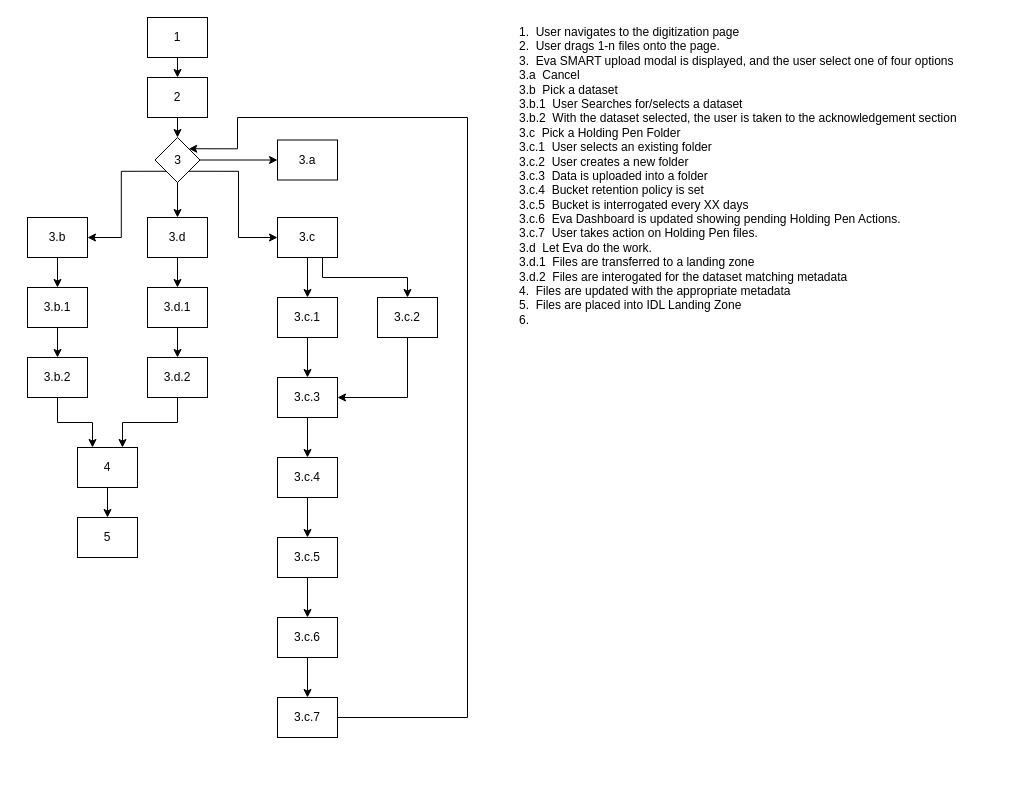
flare891/rmslow keeps this draw.io diagram as page "Digitization Workflow" (3 of 5) of Drawings/Eva/Digitization/Eva Digitization.drawio. Above is the earlier version. Source tidied: cells renumbered, new cells numbered last; positions are measured from the earlier drawing's top-left corner, leaving out a move shared by most shapes. Both pictures are drawn from the tidied source at 100%, with x=0, y=0 at pixel (27, 17).
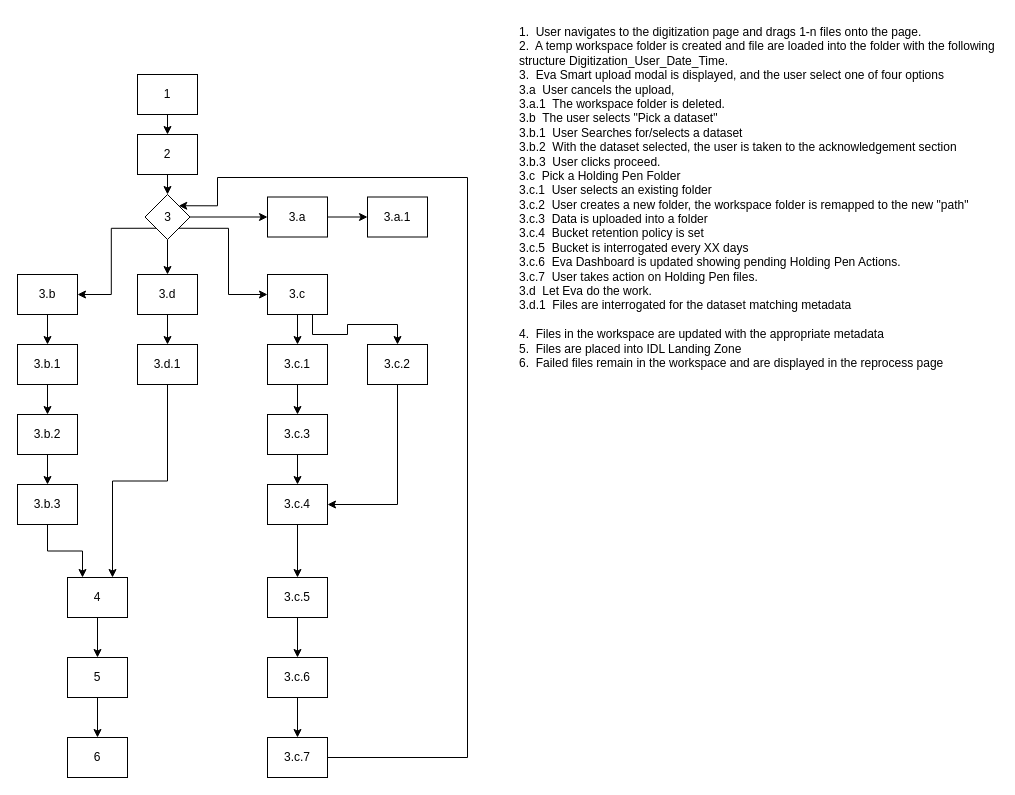
After the change.

Diff of the diagram source:
```diff
@@
-    <mxCell id="2" value="1.&amp;nbsp; User navigates to the digitization page&lt;br&gt;2.&amp;nbsp; User drags 1-n files onto the page.&lt;br&gt;3.&amp;nbsp; Eva SMART upload modal is displayed, and the user select one of four options&lt;br&gt;3.a&amp;nbsp; Cancel&lt;br&gt;3.b&amp;nbsp; Pick a dataset&lt;br&gt;3.b.1&amp;nbsp; User Searches for/selects a dataset&lt;br&gt;3.b.2&amp;nbsp; With the dataset selected, the user is taken to the acknowledgement&amp;nbsp;section&lt;br&gt;3.c&amp;nbsp; Pick a Holding Pen Folder&lt;br&gt;3.c.1&amp;nbsp; User selects an existing folder&lt;br&gt;3.c.2&amp;nbsp; User creates a new folder&lt;br&gt;3.c.3&amp;nbsp; Data is uploaded into a folder&lt;br&gt;3.c.4&amp;nbsp; Bucket retention policy is set&lt;br&gt;3.c.5&amp;nbsp; Bucket is interrogated every XX days&lt;br&gt;3.c.6&amp;nbsp; Eva Dashboard is updated showing pending Holding Pen Actions.&amp;nbsp;&amp;nbsp;&lt;br&gt;3.c.7&amp;nbsp; User takes action on Holding Pen files.&lt;br&gt;3.d&amp;nbsp; Let Eva do the work.&amp;nbsp;&amp;nbsp;&lt;br&gt;3.d.1&amp;nbsp; Files are transferred to a landing zone&lt;br&gt;3.d.2&amp;nbsp; Files are interogated for the dataset matching metadata&lt;br&gt;4.&amp;nbsp; Files are updated with the appropriate metadata&lt;br&gt;5.&amp;nbsp; Files are placed into IDL Landing Zone&lt;br&gt;6.&amp;nbsp;&amp;nbsp;" style="text;html=1;strokeColor=none;fillColor=none;align=left;verticalAlign=top;whiteSpace=wrap;rounded=0;" parent="1" vertex="1">
+    <mxCell id="2" value="1.&amp;nbsp; User navigates to the digitization page and&amp;nbsp;drags 1-n files onto the page.&lt;br&gt;2.&amp;nbsp; A temp workspace folder is created and file are loaded into the folder with the following structure Digitization_User_Date_Time.&amp;nbsp;&lt;br&gt;3.&amp;nbsp; Eva Smart upload modal is displayed, and the user select one of four options&lt;br&gt;3.a&amp;nbsp; User cancels the upload, &lt;br&gt;3.a.1&amp;nbsp; The workspace folder is deleted.&lt;br&gt;3.b&amp;nbsp; The user selects &quot;Pick a dataset&quot;&lt;br&gt;3.b.1&amp;nbsp; User Searches for/selects a dataset&lt;br&gt;3.b.2&amp;nbsp; With the dataset selected, the user is taken to the acknowledgement&amp;nbsp;section&lt;br&gt;3.b.3&amp;nbsp; User clicks proceed.&lt;br&gt;3.c&amp;nbsp; Pick a Holding Pen Folder&lt;br&gt;3.c.1&amp;nbsp; User selects an existing folder&lt;br&gt;3.c.2&amp;nbsp; User creates a new folder, the workspace folder is remapped to the new &quot;path&quot;&lt;br&gt;3.c.3&amp;nbsp; Data is uploaded into a folder&lt;br&gt;3.c.4&amp;nbsp; Bucket retention policy is set&lt;br&gt;3.c.5&amp;nbsp; Bucket is interrogated every XX days&lt;br&gt;3.c.6&amp;nbsp; Eva Dashboard is updated showing pending Holding Pen Actions.&amp;nbsp;&amp;nbsp;&lt;br&gt;3.c.7&amp;nbsp; User takes action on Holding Pen files.&lt;br&gt;3.d&amp;nbsp; Let Eva do the work.&amp;nbsp;&amp;nbsp;&lt;br&gt;3.d.1&amp;nbsp; Files are interrogated for the dataset matching metadata&lt;br&gt;&lt;br&gt;4.&amp;nbsp; Files in the workspace are updated with the appropriate metadata&lt;br&gt;5.&amp;nbsp; Files are placed into IDL Landing Zone&lt;br&gt;6.&amp;nbsp; Failed files remain in the workspace and are displayed in the reprocess page" style="text;html=1;strokeColor=none;fillColor=none;align=left;verticalAlign=top;whiteSpace=wrap;rounded=0;" parent="1" vertex="1">
       <mxGeometry x="490" y="1" width="480" height="480" as="geometry" />
     </mxCell>
@@
     <mxCell id="4" value="1" style="rounded=0;whiteSpace=wrap;html=1;fontSize=12;align=center;" parent="1" vertex="1">
-      <mxGeometry x="120" width="60" height="40" as="geometry" />
+      <mxGeometry x="110" y="57" width="60" height="40" as="geometry" />
     </mxCell>
@@
     <mxCell id="6" value="2" style="rounded=0;whiteSpace=wrap;html=1;fontSize=12;align=center;" parent="1" vertex="1">
-      <mxGeometry x="120" y="60" width="60" height="40" as="geometry" />
+      <mxGeometry x="110" y="117" width="60" height="40" as="geometry" />
     </mxCell>
+    <mxCell id="45" style="edgeStyle=orthogonalEdgeStyle;rounded=0;jettySize=auto;html=1;exitX=1;exitY=0.5;exitDx=0;exitDy=0;entryX=0;entryY=0.5;entryDx=0;entryDy=0;" parent="1" edge="1" source="7" target="48">
+      <mxGeometry relative="1" as="geometry" />
+    </mxCell>
     <mxCell id="7" value="3.a" style="rounded=0;whiteSpace=wrap;html=1;fontSize=12;align=center;" parent="1" vertex="1">
-      <mxGeometry x="250" y="122.5" width="60" height="40" as="geometry" />
+      <mxGeometry x="240" y="179.5" width="60" height="40" as="geometry" />
     </mxCell>
@@
     <mxCell id="9" style="edgeStyle=orthogonalEdgeStyle;rounded=0;jettySize=auto;html=1;exitX=1;exitY=1;exitDx=0;exitDy=0;entryX=0;entryY=0.5;entryDx=0;entryDy=0;" parent="1" edge="1" source="12" target="19">
       <mxGeometry relative="1" as="geometry">
         <Array as="points">
-          <mxPoint x="211" y="154" />
-          <mxPoint x="211" y="220" />
+          <mxPoint x="201" y="211" />
+          <mxPoint x="201" y="277" />
         </Array>
       </mxGeometry>
     </mxCell>
@@
     <mxCell id="12" value="3" style="rhombus;whiteSpace=wrap;html=1;fontSize=12;align=center;" parent="1" vertex="1">
-      <mxGeometry x="127.5" y="120" width="45" height="45" as="geometry" />
+      <mxGeometry x="117.5" y="177" width="45" height="45" as="geometry" />
     </mxCell>
@@
     <mxCell id="14" value="3.d" style="rounded=0;whiteSpace=wrap;html=1;fontSize=12;align=center;" parent="1" vertex="1">
-      <mxGeometry x="120" y="200" width="60" height="40" as="geometry" />
+      <mxGeometry x="110" y="257" width="60" height="40" as="geometry" />
     </mxCell>
@@
     <mxCell id="16" value="3.b" style="rounded=0;whiteSpace=wrap;html=1;fontSize=12;align=center;" parent="1" vertex="1">
-      <mxGeometry y="200" width="60" height="40" as="geometry" />
+      <mxGeometry x="-10" y="257" width="60" height="40" as="geometry" />
     </mxCell>
@@
     <mxCell id="19" value="3.c" style="rounded=0;whiteSpace=wrap;html=1;fontSize=12;align=center;" parent="1" vertex="1">
-      <mxGeometry x="250" y="200" width="60" height="40" as="geometry" />
+      <mxGeometry x="240" y="257" width="60" height="40" as="geometry" />
     </mxCell>
@@
     <mxCell id="21" value="3.b.1" style="rounded=0;whiteSpace=wrap;html=1;fontSize=12;align=center;" parent="1" vertex="1">
-      <mxGeometry y="270" width="60" height="40" as="geometry" />
+      <mxGeometry x="-10" y="327" width="60" height="40" as="geometry" />
     </mxCell>
-    <mxCell id="22" style="edgeStyle=orthogonalEdgeStyle;rounded=0;jettySize=auto;html=1;exitX=0.5;exitY=1;exitDx=0;exitDy=0;entryX=0.25;entryY=0;entryDx=0;entryDy=0;" parent="1" edge="1" source="23" target="25">
-      <mxGeometry relative="1" as="geometry" />
-    </mxCell>
+    <mxCell id="46" style="edgeStyle=orthogonalEdgeStyle;rounded=0;jettySize=auto;html=1;exitX=0.5;exitY=1;exitDx=0;exitDy=0;entryX=0.5;entryY=0;entryDx=0;entryDy=0;" parent="1" edge="1" source="23" target="50">
+      <mxGeometry relative="1" as="geometry" />
+    </mxCell>
     <mxCell id="23" value="3.b.2" style="rounded=0;whiteSpace=wrap;html=1;fontSize=12;align=center;" parent="1" vertex="1">
-      <mxGeometry y="340" width="60" height="40" as="geometry" />
+      <mxGeometry x="-10" y="397" width="60" height="40" as="geometry" />
     </mxCell>
@@
     <mxCell id="25" value="4" style="rounded=0;whiteSpace=wrap;html=1;fontSize=12;align=center;" parent="1" vertex="1">
-      <mxGeometry x="50" y="430" width="60" height="40" as="geometry" />
+      <mxGeometry x="40" y="560" width="60" height="40" as="geometry" />
     </mxCell>
-    <mxCell id="26" style="edgeStyle=orthogonalEdgeStyle;rounded=0;jettySize=auto;html=1;exitX=0.5;exitY=1;exitDx=0;exitDy=0;entryX=1;entryY=0.5;entryDx=0;entryDy=0;" parent="1" edge="1" source="27" target="31">
+    <mxCell id="26" style="edgeStyle=orthogonalEdgeStyle;rounded=0;jettySize=auto;html=1;exitX=0.5;exitY=1;exitDx=0;exitDy=0;entryX=1;entryY=0.5;entryDx=0;entryDy=0;" parent="1" edge="1" source="27" target="33">
       <mxGeometry relative="1" as="geometry" />
     </mxCell>
     <mxCell id="27" value="3.c.2" style="rounded=0;whiteSpace=wrap;html=1;fontSize=12;align=center;" parent="1" vertex="1">
-      <mxGeometry x="350" y="280" width="60" height="40" as="geometry" />
+      <mxGeometry x="340" y="327" width="60" height="40" as="geometry" />
     </mxCell>
@@
     <mxCell id="29" value="3.c.1" style="rounded=0;whiteSpace=wrap;html=1;fontSize=12;align=center;" parent="1" vertex="1">
-      <mxGeometry x="250" y="280" width="60" height="40" as="geometry" />
+      <mxGeometry x="240" y="327" width="60" height="40" as="geometry" />
     </mxCell>
@@
     <mxCell id="31" value="3.c.3" style="rounded=0;whiteSpace=wrap;html=1;fontSize=12;align=center;" parent="1" vertex="1">
-      <mxGeometry x="250" y="360" width="60" height="40" as="geometry" />
+      <mxGeometry x="240" y="397" width="60" height="40" as="geometry" />
     </mxCell>
@@
     <mxCell id="33" value="3.c.4" style="rounded=0;whiteSpace=wrap;html=1;fontSize=12;align=center;" parent="1" vertex="1">
-      <mxGeometry x="250" y="440" width="60" height="40" as="geometry" />
+      <mxGeometry x="240" y="467" width="60" height="40" as="geometry" />
     </mxCell>
@@
     <mxCell id="35" value="3.c.5" style="rounded=0;whiteSpace=wrap;html=1;fontSize=12;align=center;" parent="1" vertex="1">
-      <mxGeometry x="250" y="520" width="60" height="40" as="geometry" />
+      <mxGeometry x="240" y="560" width="60" height="40" as="geometry" />
     </mxCell>
@@
     <mxCell id="37" value="3.c.6" style="rounded=0;whiteSpace=wrap;html=1;fontSize=12;align=center;" parent="1" vertex="1">
-      <mxGeometry x="250" y="600" width="60" height="40" as="geometry" />
+      <mxGeometry x="240" y="640" width="60" height="40" as="geometry" />
     </mxCell>
     <mxCell id="38" style="edgeStyle=orthogonalEdgeStyle;rounded=0;jettySize=auto;html=1;exitX=1;exitY=0.5;exitDx=0;exitDy=0;entryX=1;entryY=0;entryDx=0;entryDy=0;" parent="1" edge="1" source="39" target="12">
       <mxGeometry relative="1" as="geometry">
         <Array as="points">
-          <mxPoint x="440" y="700" />
-          <mxPoint x="440" y="100" />
-          <mxPoint x="210" y="100" />
-          <mxPoint x="210" y="131" />
+          <mxPoint x="440" y="740" />
+          <mxPoint x="440" y="160" />
+          <mxPoint x="190" y="160" />
+          <mxPoint x="190" y="188" />
         </Array>
       </mxGeometry>
     </mxCell>
     <mxCell id="39" value="3.c.7" style="rounded=0;whiteSpace=wrap;html=1;fontSize=12;align=center;" parent="1" vertex="1">
-      <mxGeometry x="250" y="680" width="60" height="40" as="geometry" />
+      <mxGeometry x="240" y="720" width="60" height="40" as="geometry" />
     </mxCell>
-    <mxCell id="40" style="edgeStyle=orthogonalEdgeStyle;rounded=0;jettySize=auto;html=1;exitX=0.5;exitY=1;exitDx=0;exitDy=0;entryX=0.5;entryY=0;entryDx=0;entryDy=0;" parent="1" edge="1" source="41" target="43">
-      <mxGeometry relative="1" as="geometry" />
-    </mxCell>
     <mxCell id="41" value="3.d.1" style="rounded=0;whiteSpace=wrap;html=1;fontSize=12;align=center;" parent="1" vertex="1">
-      <mxGeometry x="120" y="270" width="60" height="40" as="geometry" />
+      <mxGeometry x="110" y="327" width="60" height="40" as="geometry" />
     </mxCell>
-    <mxCell id="42" style="edgeStyle=orthogonalEdgeStyle;rounded=0;jettySize=auto;html=1;exitX=0.5;exitY=1;exitDx=0;exitDy=0;entryX=0.75;entryY=0;entryDx=0;entryDy=0;" parent="1" edge="1" source="43" target="25">
+    <mxCell id="42" style="edgeStyle=orthogonalEdgeStyle;rounded=0;jettySize=auto;html=1;exitX=0.5;exitY=1;exitDx=0;exitDy=0;entryX=0.75;entryY=0;entryDx=0;entryDy=0;" parent="1" edge="1" source="41" target="25">
       <mxGeometry relative="1" as="geometry" />
     </mxCell>
-    <mxCell id="43" value="3.d.2" style="rounded=0;whiteSpace=wrap;html=1;fontSize=12;align=center;" parent="1" vertex="1">
-      <mxGeometry x="120" y="340" width="60" height="40" as="geometry" />
-    </mxCell>
+    <mxCell id="47" style="edgeStyle=orthogonalEdgeStyle;rounded=0;jettySize=auto;html=1;exitX=0.5;exitY=1;exitDx=0;exitDy=0;entryX=0.5;entryY=0;entryDx=0;entryDy=0;" parent="1" edge="1" source="44" target="51">
+      <mxGeometry relative="1" as="geometry" />
+    </mxCell>
     <mxCell id="44" value="5" style="rounded=0;whiteSpace=wrap;html=1;fontSize=12;align=center;" parent="1" vertex="1">
-      <mxGeometry x="50" y="500" width="60" height="40" as="geometry" />
+      <mxGeometry x="40" y="640" width="60" height="40" as="geometry" />
     </mxCell>
+    <mxCell id="48" value="3.a.1" style="rounded=0;whiteSpace=wrap;html=1;fontSize=12;align=center;" parent="1" vertex="1">
+      <mxGeometry x="340" y="179.5" width="60" height="40" as="geometry" />
+    </mxCell>
+    <mxCell id="49" style="edgeStyle=orthogonalEdgeStyle;rounded=0;jettySize=auto;html=1;exitX=0.5;exitY=1;exitDx=0;exitDy=0;entryX=0.25;entryY=0;entryDx=0;entryDy=0;" parent="1" edge="1" source="50" target="25">
+      <mxGeometry relative="1" as="geometry" />
+    </mxCell>
+    <mxCell id="50" value="3.b.3" style="rounded=0;whiteSpace=wrap;html=1;fontSize=12;align=center;" parent="1" vertex="1">
+      <mxGeometry x="-10" y="467" width="60" height="40" as="geometry" />
+    </mxCell>
+    <mxCell id="51" value="6" style="rounded=0;whiteSpace=wrap;html=1;fontSize=12;align=center;" parent="1" vertex="1">
+      <mxGeometry x="40" y="720" width="60" height="40" as="geometry" />
+    </mxCell>
```
